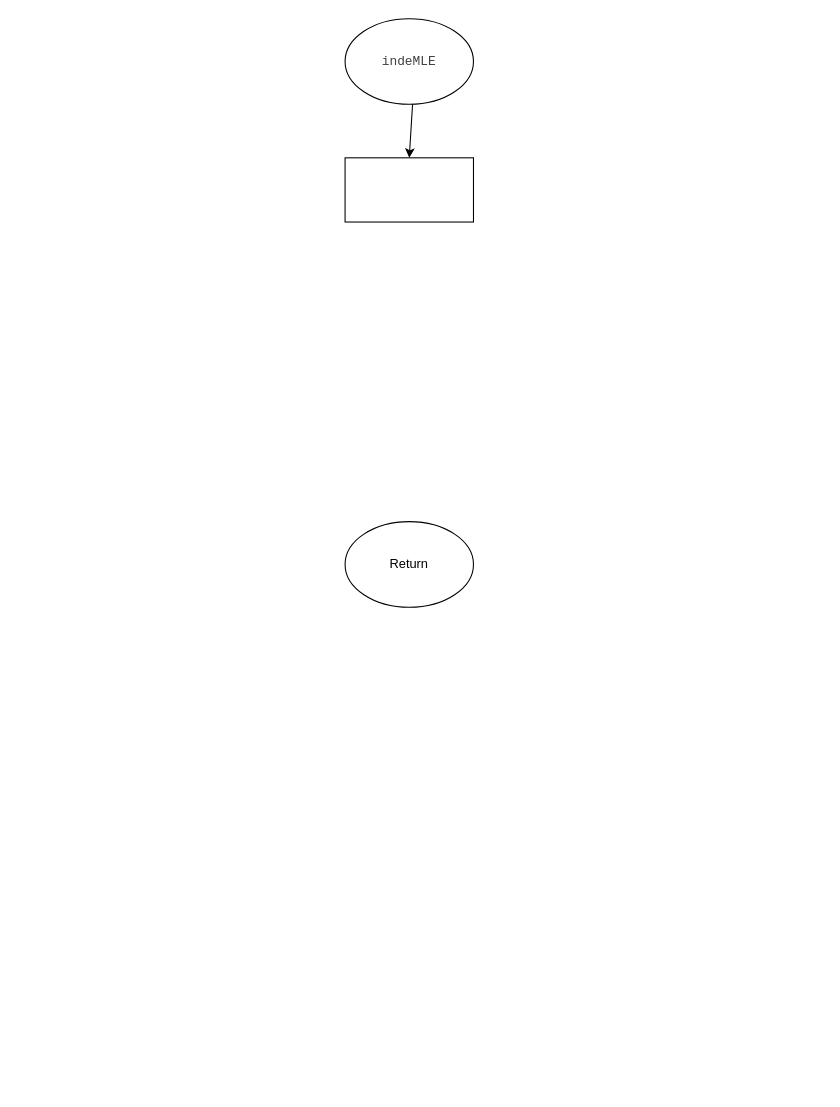
Josh-test-lab/autoFRK-python keeps this draw.io diagram as page "indeMLE" (5 of 10) of flowcharts/autoFRK.drawio. Above is the earlier version. Source tidied: cells renumbered, new cells numbered last; positions are measured from the earlier drawing's top-left corner, leaving out a move shared by most shapes. Both pictures are drawn from the tidied source at 107%, with x=0, y=0 at pixel (345, 18).
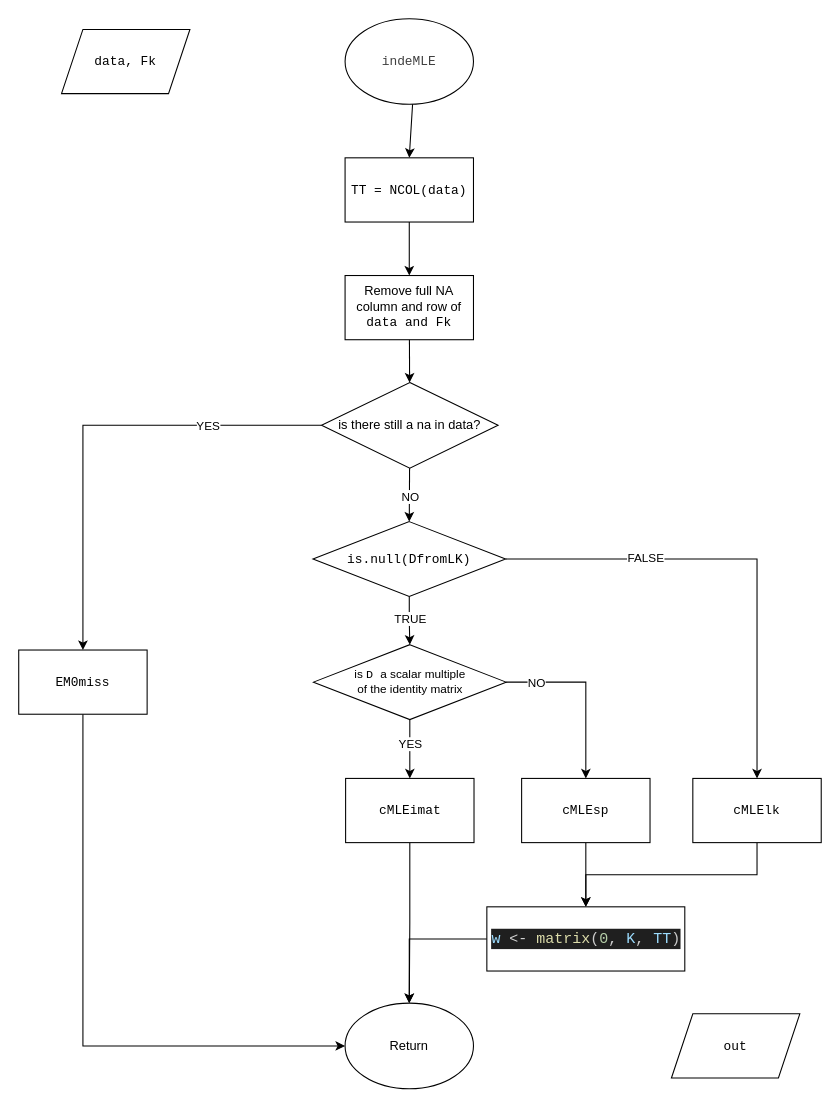
The same page after the edit.

Change to the diagram source:
```diff
@@
     <mxCell id="4" value="Return" style="ellipse;whiteSpace=wrap;html=1;" parent="1" vertex="1">
-      <mxGeometry y="470" width="120" height="80" as="geometry" />
+      <mxGeometry y="920" width="120" height="80" as="geometry" />
     </mxCell>
+    <mxCell id="6" style="edgeStyle=none;html=1;" parent="1" edge="1" source="5" target="8">
+      <mxGeometry relative="1" as="geometry" />
+    </mxCell>
-    <mxCell id="5" style="rounded=0;whiteSpace=wrap;html=1;" parent="1" vertex="1">
+    <mxCell id="5" value="&lt;font face=&quot;Courier New&quot;&gt;TT = NCOL(data)&lt;/font&gt;" style="rounded=0;whiteSpace=wrap;html=1;" parent="1" vertex="1">
       <mxGeometry y="130" width="120" height="60" as="geometry" />
     </mxCell>
+    <mxCell id="7" style="edgeStyle=none;html=1;" parent="1" edge="1" source="8" target="13">
+      <mxGeometry relative="1" as="geometry" />
+    </mxCell>
+    <mxCell id="8" value="Remove full NA column and row of &lt;font face=&quot;Courier New&quot;&gt;data and Fk&lt;/font&gt;" style="rounded=0;whiteSpace=wrap;html=1;" parent="1" vertex="1">
+      <mxGeometry y="240" width="120" height="60" as="geometry" />
+    </mxCell>
+    <mxCell id="9" style="edgeStyle=none;html=1;entryX=0.5;entryY=0;entryDx=0;entryDy=0;" parent="1" edge="1" source="13" target="18">
+      <mxGeometry relative="1" as="geometry" />
+    </mxCell>
+    <mxCell id="10" value="NO" style="edgeLabel;html=1;align=center;verticalAlign=middle;fontFamily=Helvetica;fontSize=11;fontColor=default;labelBackgroundColor=default;" parent="9" vertex="1">
+      <mxGeometry x="-0.33" relative="1" as="geometry">
+        <mxPoint y="10" as="offset" />
+      </mxGeometry>
+    </mxCell>
+    <mxCell id="11" style="edgeStyle=orthogonalEdgeStyle;shape=connector;curved=0;rounded=0;html=1;exitX=0;exitY=0.5;exitDx=0;exitDy=0;entryX=0.5;entryY=0;entryDx=0;entryDy=0;strokeColor=default;align=center;verticalAlign=middle;fontFamily=Helvetica;fontSize=11;fontColor=default;labelBackgroundColor=default;endArrow=classic;" parent="1" edge="1" source="13" target="24">
+      <mxGeometry relative="1" as="geometry" />
+    </mxCell>
+    <mxCell id="12" value="YES" style="edgeLabel;html=1;align=center;verticalAlign=middle;fontFamily=Helvetica;fontSize=11;fontColor=default;labelBackgroundColor=default;" parent="11" vertex="1">
+      <mxGeometry x="-0.52" y="3" relative="1" as="geometry">
+        <mxPoint x="-3" y="-3" as="offset" />
+      </mxGeometry>
+    </mxCell>
+    <mxCell id="13" value="is there still a na in data?" style="rhombus;whiteSpace=wrap;html=1;" parent="1" vertex="1">
+      <mxGeometry x="-22" y="340" width="165" height="80" as="geometry" />
+    </mxCell>
+    <mxCell id="14" style="edgeStyle=orthogonalEdgeStyle;shape=connector;curved=0;rounded=0;html=1;strokeColor=default;align=center;verticalAlign=middle;fontFamily=Helvetica;fontSize=11;fontColor=default;labelBackgroundColor=default;endArrow=classic;" parent="1" edge="1" source="18" target="29">
+      <mxGeometry relative="1" as="geometry" />
+    </mxCell>
+    <mxCell id="15" value="TRUE" style="edgeLabel;html=1;align=center;verticalAlign=middle;fontFamily=Helvetica;fontSize=11;fontColor=default;labelBackgroundColor=default;" parent="14" vertex="1">
+      <mxGeometry x="-0.47" y="-3" relative="1" as="geometry">
+        <mxPoint x="3" y="8" as="offset" />
+      </mxGeometry>
+    </mxCell>
+    <mxCell id="16" style="edgeStyle=orthogonalEdgeStyle;shape=connector;curved=0;rounded=0;html=1;exitX=1;exitY=0.5;exitDx=0;exitDy=0;strokeColor=default;align=center;verticalAlign=middle;fontFamily=Helvetica;fontSize=11;fontColor=default;labelBackgroundColor=default;endArrow=classic;" parent="1" edge="1" source="18" target="33">
+      <mxGeometry relative="1" as="geometry" />
+    </mxCell>
+    <mxCell id="17" value="FALSE" style="edgeLabel;html=1;align=center;verticalAlign=middle;fontFamily=Helvetica;fontSize=11;fontColor=default;labelBackgroundColor=default;" parent="16" vertex="1">
+      <mxGeometry x="-0.41" y="2" relative="1" as="geometry" />
+    </mxCell>
+    <mxCell id="18" value="&lt;font face=&quot;Courier New&quot;&gt;is.null(DfromLK)&lt;/font&gt;" style="rhombus;whiteSpace=wrap;html=1;" parent="1" vertex="1">
+      <mxGeometry x="-30" y="470" width="180" height="70" as="geometry" />
+    </mxCell>
+    <mxCell id="19" style="edgeStyle=orthogonalEdgeStyle;shape=connector;curved=0;rounded=0;html=1;exitX=0.5;exitY=1;exitDx=0;exitDy=0;entryX=0.5;entryY=0;entryDx=0;entryDy=0;strokeColor=default;align=center;verticalAlign=middle;fontFamily=Helvetica;fontSize=11;fontColor=default;labelBackgroundColor=default;endArrow=classic;" parent="1" edge="1" source="20" target="4">
+      <mxGeometry relative="1" as="geometry" />
+    </mxCell>
+    <mxCell id="20" value="&lt;font face=&quot;Courier New&quot;&gt;cMLEimat&lt;/font&gt;" style="rounded=0;whiteSpace=wrap;html=1;" parent="1" vertex="1">
+      <mxGeometry x="0.5" y="710" width="120" height="60" as="geometry" />
+    </mxCell>
+    <mxCell id="21" value="&lt;font face=&quot;Courier New&quot;&gt;out&lt;/font&gt;" style="shape=parallelogram;perimeter=parallelogramPerimeter;whiteSpace=wrap;html=1;fixedSize=1;" parent="1" vertex="1">
+      <mxGeometry x="305" y="930" width="120" height="60" as="geometry" />
+    </mxCell>
+    <mxCell id="22" value="&lt;font face=&quot;Courier New&quot;&gt;data, Fk&lt;/font&gt;" style="shape=parallelogram;perimeter=parallelogramPerimeter;whiteSpace=wrap;html=1;fixedSize=1;" parent="1" vertex="1">
+      <mxGeometry x="-265" y="10" width="120" height="60" as="geometry" />
+    </mxCell>
+    <mxCell id="23" style="edgeStyle=orthogonalEdgeStyle;shape=connector;curved=0;rounded=0;html=1;exitX=0.5;exitY=1;exitDx=0;exitDy=0;entryX=0;entryY=0.5;entryDx=0;entryDy=0;strokeColor=default;align=center;verticalAlign=middle;fontFamily=Helvetica;fontSize=11;fontColor=default;labelBackgroundColor=default;endArrow=classic;" parent="1" edge="1" source="24" target="4">
+      <mxGeometry relative="1" as="geometry" />
+    </mxCell>
+    <mxCell id="24" value="&lt;font face=&quot;Courier New&quot;&gt;EM0miss&lt;/font&gt;" style="rounded=0;whiteSpace=wrap;html=1;" parent="1" vertex="1">
+      <mxGeometry x="-305" y="590" width="120" height="60" as="geometry" />
+    </mxCell>
+    <mxCell id="25" style="edgeStyle=orthogonalEdgeStyle;shape=connector;curved=0;rounded=0;html=1;strokeColor=default;align=center;verticalAlign=middle;fontFamily=Helvetica;fontSize=11;fontColor=default;labelBackgroundColor=default;endArrow=classic;" parent="1" edge="1" source="29" target="20">
+      <mxGeometry relative="1" as="geometry" />
+    </mxCell>
+    <mxCell id="26" value="YES" style="edgeLabel;html=1;align=center;verticalAlign=middle;fontFamily=Helvetica;fontSize=11;fontColor=default;labelBackgroundColor=default;" parent="25" vertex="1">
+      <mxGeometry x="-0.2" relative="1" as="geometry" />
+    </mxCell>
+    <mxCell id="27" style="edgeStyle=orthogonalEdgeStyle;shape=connector;curved=0;rounded=0;html=1;exitX=1;exitY=0.5;exitDx=0;exitDy=0;entryX=0.5;entryY=0;entryDx=0;entryDy=0;strokeColor=default;align=center;verticalAlign=middle;fontFamily=Helvetica;fontSize=11;fontColor=default;labelBackgroundColor=default;endArrow=classic;" parent="1" edge="1" source="29" target="31">
+      <mxGeometry relative="1" as="geometry" />
+    </mxCell>
+    <mxCell id="28" value="NO" style="edgeLabel;html=1;align=center;verticalAlign=middle;fontFamily=Helvetica;fontSize=11;fontColor=default;labelBackgroundColor=default;" parent="27" vertex="1">
+      <mxGeometry x="-0.66" relative="1" as="geometry" />
+    </mxCell>
+    <mxCell id="29" value="is&amp;nbsp;&lt;font face=&quot;Courier New&quot;&gt;D &lt;/font&gt;a scalar multiple&lt;div&gt;&amp;nbsp;of the identity matrix&amp;nbsp;&lt;/div&gt;" style="rhombus;whiteSpace=wrap;html=1;fontFamily=Helvetica;fontSize=11;fontColor=default;labelBackgroundColor=default;" parent="1" vertex="1">
+      <mxGeometry x="-29.5" y="585" width="180" height="70" as="geometry" />
+    </mxCell>
+    <mxCell id="30" style="edgeStyle=orthogonalEdgeStyle;shape=connector;curved=0;rounded=0;html=1;exitX=0.5;exitY=1;exitDx=0;exitDy=0;entryX=0.5;entryY=0;entryDx=0;entryDy=0;strokeColor=default;align=center;verticalAlign=middle;fontFamily=Helvetica;fontSize=11;fontColor=default;labelBackgroundColor=default;endArrow=classic;" parent="1" edge="1" source="31" target="35">
+      <mxGeometry relative="1" as="geometry" />
+    </mxCell>
+    <mxCell id="31" value="&lt;font face=&quot;Courier New&quot;&gt;cMLEsp&lt;/font&gt;" style="rounded=0;whiteSpace=wrap;html=1;" parent="1" vertex="1">
+      <mxGeometry x="165" y="710" width="120" height="60" as="geometry" />
+    </mxCell>
+    <mxCell id="32" style="edgeStyle=orthogonalEdgeStyle;shape=connector;curved=0;rounded=0;html=1;exitX=0.5;exitY=1;exitDx=0;exitDy=0;entryX=0.5;entryY=0;entryDx=0;entryDy=0;strokeColor=default;align=center;verticalAlign=middle;fontFamily=Helvetica;fontSize=11;fontColor=default;labelBackgroundColor=default;endArrow=classic;" parent="1" edge="1" source="33" target="35">
+      <mxGeometry relative="1" as="geometry" />
+    </mxCell>
+    <mxCell id="33" value="&lt;font face=&quot;Courier New&quot;&gt;cMLElk&lt;/font&gt;" style="rounded=0;whiteSpace=wrap;html=1;" parent="1" vertex="1">
+      <mxGeometry x="325" y="710" width="120" height="60" as="geometry" />
+    </mxCell>
+    <mxCell id="34" style="edgeStyle=orthogonalEdgeStyle;shape=connector;curved=0;rounded=0;html=1;exitX=0;exitY=0.5;exitDx=0;exitDy=0;entryX=0.5;entryY=0;entryDx=0;entryDy=0;strokeColor=default;align=center;verticalAlign=middle;fontFamily=Helvetica;fontSize=11;fontColor=default;labelBackgroundColor=default;endArrow=classic;" parent="1" edge="1" source="35" target="4">
+      <mxGeometry relative="1" as="geometry" />
+    </mxCell>
+    <mxCell id="35" value="&lt;div style=&quot;color: rgb(204, 204, 204); background-color: rgb(31, 31, 31); font-family: Consolas, &amp;quot;Courier New&amp;quot;, monospace; font-size: 14px; line-height: 19px; white-space: pre;&quot;&gt;&lt;span style=&quot;color: #9cdcfe;&quot;&gt;w&lt;/span&gt;&lt;span style=&quot;color: #cccccc;&quot;&gt; &lt;/span&gt;&lt;span style=&quot;color: #d4d4d4;&quot;&gt;&amp;lt;-&lt;/span&gt;&lt;span style=&quot;color: #cccccc;&quot;&gt; &lt;/span&gt;&lt;span style=&quot;color: #dcdcaa;&quot;&gt;matrix&lt;/span&gt;&lt;span style=&quot;color: #cccccc;&quot;&gt;(&lt;/span&gt;&lt;span style=&quot;color: #b5cea8;&quot;&gt;0&lt;/span&gt;&lt;span style=&quot;color: #cccccc;&quot;&gt;, &lt;/span&gt;&lt;span style=&quot;color: #9cdcfe;&quot;&gt;K&lt;/span&gt;&lt;span style=&quot;color: #cccccc;&quot;&gt;, &lt;/span&gt;&lt;span style=&quot;color: #9cdcfe;&quot;&gt;TT&lt;/span&gt;&lt;span style=&quot;color: #cccccc;&quot;&gt;)&lt;/span&gt;&lt;/div&gt;" style="rounded=0;whiteSpace=wrap;html=1;fontFamily=Helvetica;fontSize=11;fontColor=default;labelBackgroundColor=default;" parent="1" vertex="1">
+      <mxGeometry x="132.5" y="830" width="185" height="60" as="geometry" />
+    </mxCell>
```
